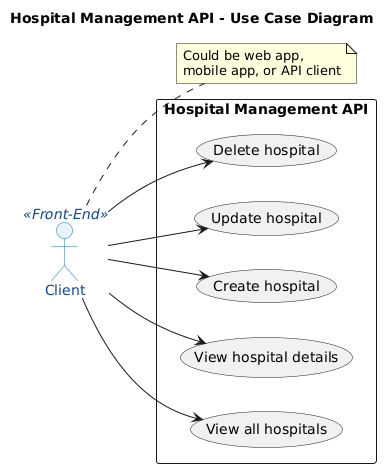
The PlantUML diagram diagrams/use-case.png in 2110503-CEDT68/be-project-68-group4, before a commit.
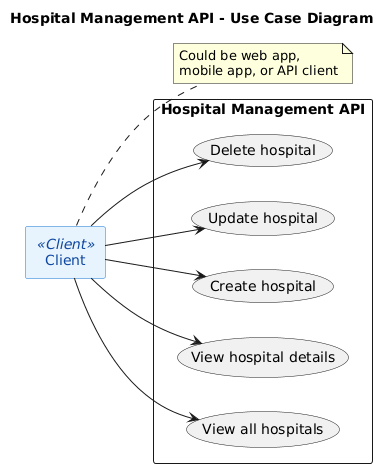
After the commit.

Commit message:
Refine client representation in use-case diagram

Made-with: Cursor

Change to the diagram source:
```diff
@@ -1,15 +1,15 @@
 @startuml
 title Hospital Management API - Use Case Diagram
 
-skinparam actor {
+left to right direction
+
+skinparam rectangle<<Client>> {
   BackgroundColor #E8F4FD
   BorderColor #1976D2
   FontColor #0D47A1
 }
 
-left to right direction
-
-actor "Client" as Client <<Front-End>>
+rectangle "Client" as Client <<Client>>
 
 rectangle "Hospital Management API" {
   usecase "View all hospitals" as UC_GetAll
```
